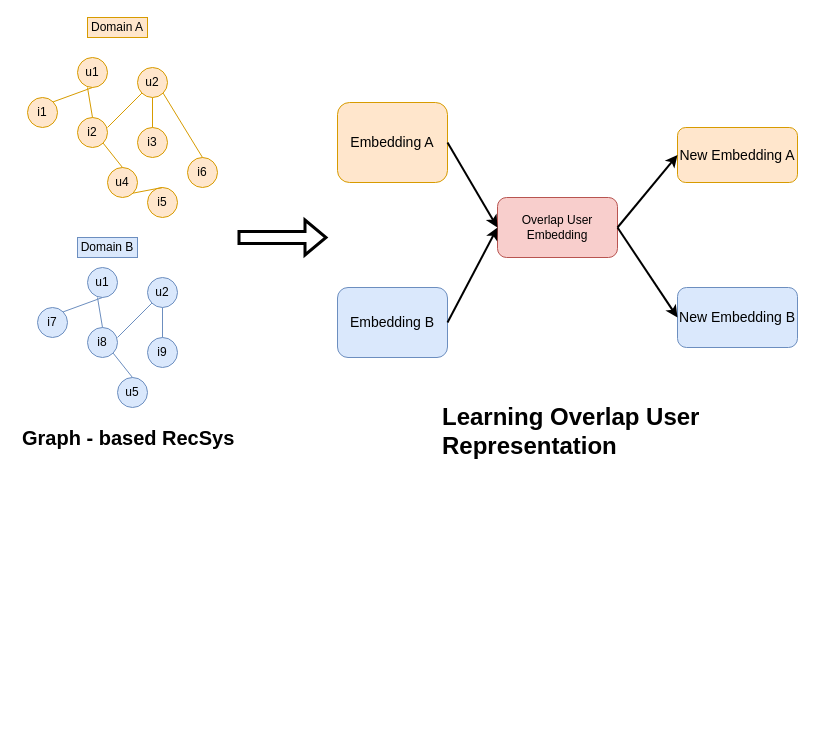
Before: page "Page-2" (2 of 2) of VDT.drawio in minhkks/Mini_Project_VDT, a draw.io diagram. Source tidied: cells renumbered, new cells numbered last; positions are measured from the earlier drawing's top-left corner, leaving out a move shared by most shapes. Both pictures are drawn from the tidied source at 100%, with x=0, y=0 at pixel (17, 17).
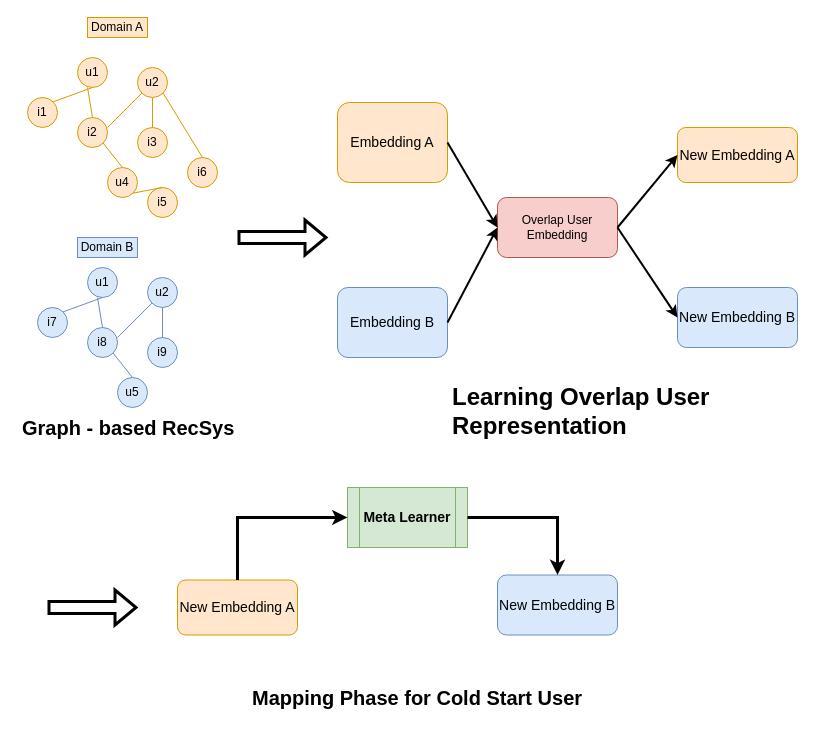
Above is the later version.

What changed in the source:
```diff
@@
     <mxCell id="17" value="&lt;h1&gt;&lt;span style=&quot;background-color: initial;&quot;&gt;&lt;font style=&quot;font-size: 20px;&quot;&gt;Graph - based RecSys&lt;/font&gt;&lt;/span&gt;&lt;/h1&gt;" style="text;html=1;strokeColor=none;fillColor=none;spacing=5;spacingTop=-20;whiteSpace=wrap;overflow=hidden;rounded=0;" parent="1" vertex="1">
-      <mxGeometry y="400" width="230" height="40" as="geometry" />
+      <mxGeometry y="390" width="230" height="40" as="geometry" />
     </mxCell>
@@
     <mxCell id="37" value="&lt;h1&gt;Learning Overlap User Representation&lt;/h1&gt;" style="text;html=1;strokeColor=none;fillColor=none;spacing=5;spacingTop=-20;whiteSpace=wrap;overflow=hidden;rounded=0;" parent="1" vertex="1">
-      <mxGeometry x="420" y="380" width="270" height="120" as="geometry" />
+      <mxGeometry x="430" y="360" width="270" height="120" as="geometry" />
     </mxCell>
@@
+    <mxCell id="42" style="shape=flexArrow;endArrow=classic;html=1;rounded=0;strokeWidth=3;" parent="1" edge="1">
+      <mxGeometry relative="1" as="geometry">
+        <mxPoint x="30" y="590" as="sourcePoint" />
+        <mxPoint x="120" y="590" as="targetPoint" />
+      </mxGeometry>
+    </mxCell>
+    <mxCell id="43" value="&lt;span style=&quot;font-size: 14px;&quot;&gt;New Embedding A&lt;/span&gt;" style="rounded=1;whiteSpace=wrap;html=1;fillColor=#ffe6cc;strokeColor=#d79b00;" parent="1" vertex="1">
+      <mxGeometry x="160" y="562.5" width="120" height="55" as="geometry" />
+    </mxCell>
+    <mxCell id="44" value="&lt;span style=&quot;font-size: 14px;&quot;&gt;New Embedding B&lt;/span&gt;" style="rounded=1;whiteSpace=wrap;html=1;fillColor=#dae8fc;strokeColor=#6c8ebf;" parent="1" vertex="1">
+      <mxGeometry x="480" y="557.5" width="120" height="60" as="geometry" />
+    </mxCell>
+    <mxCell id="45" value="&lt;font style=&quot;font-size: 14px;&quot;&gt;&lt;b&gt;Meta Learner&lt;/b&gt;&lt;/font&gt;" style="shape=process;whiteSpace=wrap;html=1;backgroundOutline=1;fillColor=#d5e8d4;strokeColor=#82b366;" parent="1" vertex="1">
+      <mxGeometry x="330" y="470" width="120" height="60" as="geometry" />
+    </mxCell>
+    <mxCell id="46" style="endArrow=classic;html=1;rounded=0;exitX=0.5;exitY=0;exitDx=0;exitDy=0;entryX=0;entryY=0.5;entryDx=0;entryDy=0;strokeWidth=3;" parent="1" edge="1" source="43" target="45">
+      <mxGeometry relative="1" as="geometry">
+        <Array as="points">
+          <mxPoint x="220" y="500" />
+        </Array>
+      </mxGeometry>
+    </mxCell>
+    <mxCell id="47" style="endArrow=classic;html=1;rounded=0;entryX=0.5;entryY=0;entryDx=0;entryDy=0;strokeWidth=3;exitX=1;exitY=0.5;exitDx=0;exitDy=0;" parent="1" edge="1" source="45" target="44">
+      <mxGeometry relative="1" as="geometry">
+        <Array as="points">
+          <mxPoint x="540" y="500" />
+        </Array>
+      </mxGeometry>
+    </mxCell>
+    <mxCell id="48" value="&lt;h1&gt;&lt;span style=&quot;font-size: 20px;&quot;&gt;Mapping Phase for Cold Start User&lt;/span&gt;&lt;/h1&gt;" style="text;html=1;strokeColor=none;fillColor=none;spacing=5;spacingTop=-20;whiteSpace=wrap;overflow=hidden;rounded=0;" parent="1" vertex="1">
+      <mxGeometry x="230" y="660" width="345" height="40" as="geometry" />
+    </mxCell>
```
